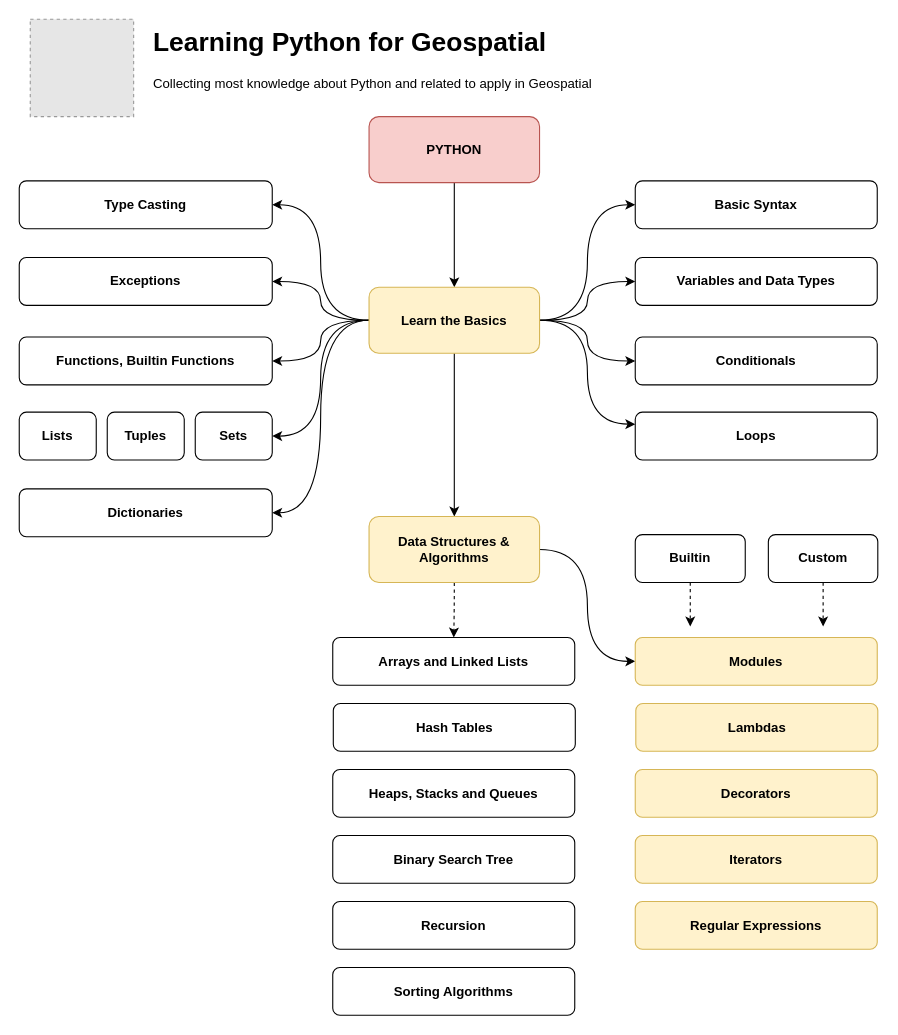
Before: Learning Python for Geospatial.drawio in PQTKha/lifelong_learning, a draw.io diagram. Source tidied: cells renumbered, new cells numbered last; positions are measured from the earlier drawing's top-left corner, leaving out a move shared by most shapes. Both pictures are drawn from the tidied source at 110%, with x=0, y=0 at pixel (19, 19). Pictures stored in the file or linked from it are replaced by grey dashed boxes.
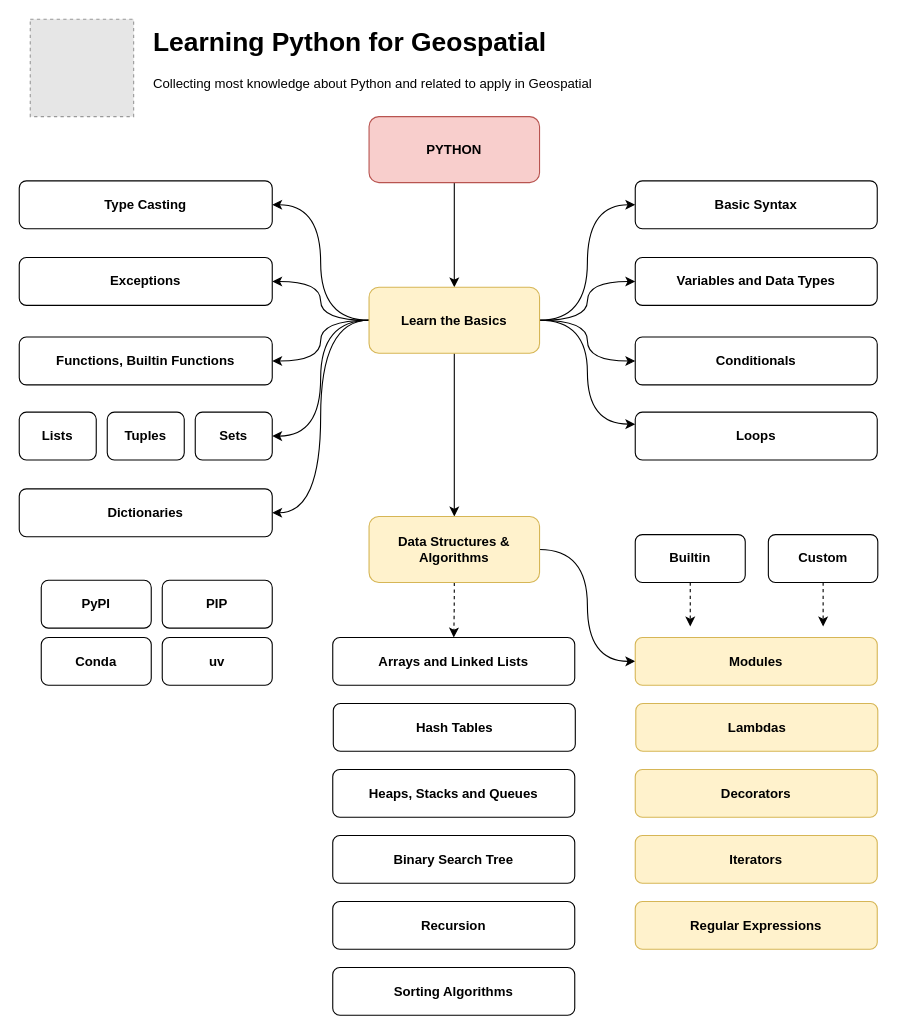
After the change.

The edit, as a diff of the source:
```diff
@@
+    <mxCell id="51" value="&lt;b&gt;PyPI&lt;/b&gt;" style="rounded=1;whiteSpace=wrap;html=1;" parent="1" vertex="1">
+      <mxGeometry x="20" y="510" width="100" height="43.5" as="geometry" />
+    </mxCell>
+    <mxCell id="52" value="&lt;b&gt;PIP&lt;/b&gt;" style="rounded=1;whiteSpace=wrap;html=1;" parent="1" vertex="1">
+      <mxGeometry x="130" y="510" width="100" height="43.5" as="geometry" />
+    </mxCell>
+    <mxCell id="53" value="&lt;b&gt;Conda&lt;/b&gt;" style="rounded=1;whiteSpace=wrap;html=1;" parent="1" vertex="1">
+      <mxGeometry x="20" y="562" width="100" height="43.5" as="geometry" />
+    </mxCell>
+    <mxCell id="54" value="&lt;b&gt;uv&lt;/b&gt;" style="rounded=1;whiteSpace=wrap;html=1;" parent="1" vertex="1">
+      <mxGeometry x="130" y="562" width="100" height="43.5" as="geometry" />
+    </mxCell>
```
